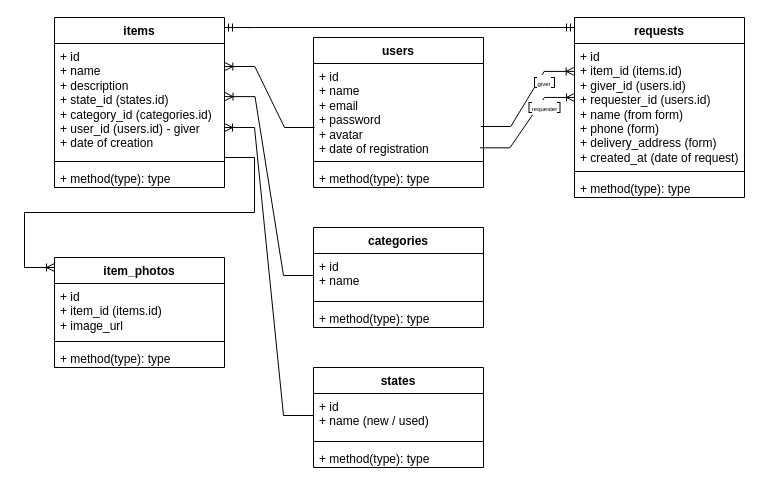
Before: docs/db_schema_darunky.drawio in MyPythonRepository/darunky2025, a draw.io diagram. Source tidied: cells renumbered, new cells numbered last; positions are measured from the earlier drawing's top-left corner, leaving out a move shared by most shapes. Both pictures are drawn from the tidied source at 100%, with x=0, y=0 at pixel (54, -263).
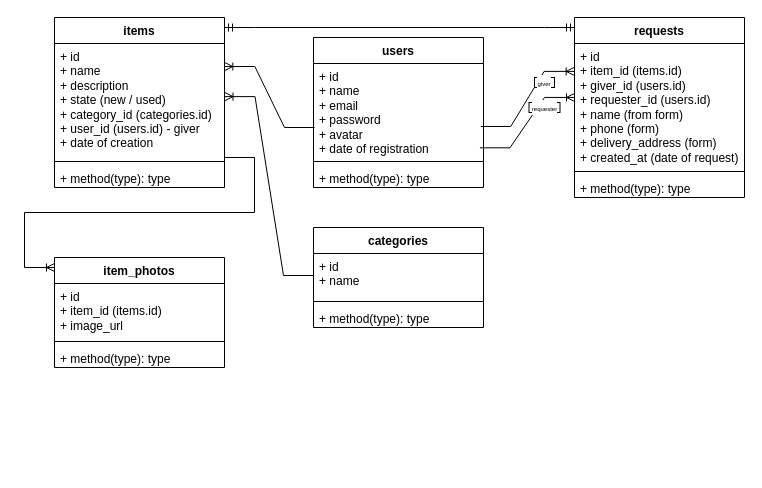
The same diagram, later.

Unchanged cells that the change refers to:
```xml
<mxCell id="6" value="items" style="swimlane;fontStyle=1;align=center;verticalAlign=top;horizontal=1;startSize=26;whiteSpace=wrap;html=1;" parent="1" vertex="1">
  <mxGeometry y="280" width="170" height="170" as="geometry" />
</mxCell>
```

Diff of the diagram source:
```diff
@@
-    <mxCell id="7" value="+ id&lt;div&gt;+ name&lt;/div&gt;&lt;div&gt;+ description&lt;/div&gt;&lt;div&gt;+ state_id (states.id)&lt;/div&gt;&lt;div&gt;+&amp;nbsp;category_id (categories.id)&lt;/div&gt;&lt;div&gt;&lt;span style=&quot;background-color: transparent; color: light-dark(rgb(0, 0, 0), rgb(255, 255, 255));&quot;&gt;+ user_id (users.id) - giver&lt;/span&gt;&lt;/div&gt;&lt;div&gt;+ date of creation&lt;span style=&quot;background-color: transparent; color: light-dark(rgb(0, 0, 0), rgb(255, 255, 255));&quot;&gt;&lt;/span&gt;&lt;/div&gt;" style="text;strokeColor=none;fillColor=none;align=left;verticalAlign=top;spacingLeft=4;spacingRight=4;overflow=hidden;points=[[0,0.5],[1,0.5]];portConstraint=eastwest;whiteSpace=wrap;html=1;" parent="6" vertex="1">
+    <mxCell id="7" value="+ id&lt;div&gt;+ name&lt;/div&gt;&lt;div&gt;+ description&lt;/div&gt;&lt;div&gt;+ state (new / used)&lt;/div&gt;&lt;div&gt;+&amp;nbsp;category_id (categories.id)&lt;/div&gt;&lt;div&gt;&lt;span style=&quot;background-color: transparent; color: light-dark(rgb(0, 0, 0), rgb(255, 255, 255));&quot;&gt;+ user_id (users.id) - giver&lt;/span&gt;&lt;/div&gt;&lt;div&gt;+ date of creation&lt;span style=&quot;background-color: transparent; color: light-dark(rgb(0, 0, 0), rgb(255, 255, 255));&quot;&gt;&lt;/span&gt;&lt;/div&gt;" style="text;strokeColor=none;fillColor=none;align=left;verticalAlign=top;spacingLeft=4;spacingRight=4;overflow=hidden;points=[[0,0.5],[1,0.5]];portConstraint=eastwest;whiteSpace=wrap;html=1;" parent="6" vertex="1">
       <mxGeometry y="26" width="170" height="114" as="geometry" />
     </mxCell>
@@
-    <mxCell id="27" value="states" style="swimlane;fontStyle=1;align=center;verticalAlign=top;horizontal=1;startSize=26;whiteSpace=wrap;html=1;" parent="1" vertex="1">
-      <mxGeometry x="259" y="630" width="170" height="100" as="geometry" />
-    </mxCell>
-    <mxCell id="28" value="+ id&lt;div&gt;+ name&amp;nbsp;&lt;span style=&quot;background-color: transparent; color: light-dark(rgb(0, 0, 0), rgb(255, 255, 255));&quot;&gt;(new / used)&lt;/span&gt;&lt;/div&gt;&lt;div&gt;&lt;br&gt;&lt;/div&gt;" style="text;strokeColor=none;fillColor=none;align=left;verticalAlign=top;spacingLeft=4;spacingRight=4;overflow=hidden;points=[[0,0.5],[1,0.5]];portConstraint=eastwest;whiteSpace=wrap;html=1;" parent="27" vertex="1">
-      <mxGeometry y="26" width="170" height="44" as="geometry" />
-    </mxCell>
-    <mxCell id="29" style="line;strokeWidth=1;fillColor=none;align=left;verticalAlign=middle;spacingTop=-1;spacingLeft=3;spacingRight=3;labelPosition=right;strokeColor=inherit;" parent="27" vertex="1">
-      <mxGeometry y="70" width="170" height="8" as="geometry" />
-    </mxCell>
-    <mxCell id="30" value="+ method(type): type" style="text;strokeColor=none;fillColor=none;align=left;verticalAlign=top;spacingLeft=4;spacingRight=4;overflow=hidden;whiteSpace=wrap;html=1;" parent="27" vertex="1">
-      <mxGeometry y="78" width="170" height="22" as="geometry" />
-    </mxCell>
-    <mxCell id="31" style="edgeStyle=entityRelationEdgeStyle;shape=connector;rounded=0;jettySize=auto;html=1;strokeColor=default;align=center;verticalAlign=middle;fontFamily=Helvetica;fontSize=12;fontColor=default;labelBackgroundColor=default;endArrow=ERoneToMany;exitX=0;exitY=0.5;exitDx=0;exitDy=0;entryX=1;entryY=0.737;entryDx=0;entryDy=0;entryPerimeter=0;" parent="1" edge="1" source="28" target="7">
-      <mxGeometry relative="1" as="geometry">
-        <Array as="points">
-          <mxPoint x="360" y="728" />
-          <mxPoint x="350" y="728" />
-          <mxPoint x="140" y="720" />
-          <mxPoint x="320" y="748" />
-          <mxPoint x="150" y="710" />
-          <mxPoint x="220" y="538" />
-        </Array>
-      </mxGeometry>
-    </mxCell>
```
